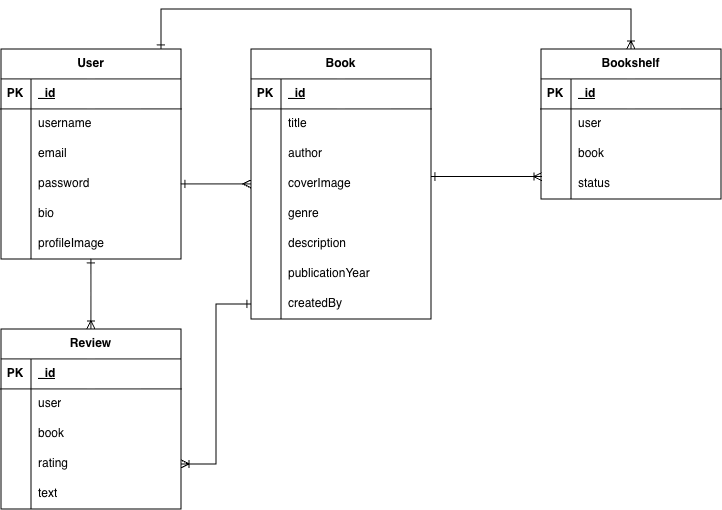
Before: docs/waraq-erd.png, a diagram exported from draw.io (fatema-maitham/waraq). Source tidied: cells renumbered, new cells last; positions are measured from the earlier drawing's top-left corner, leaving out a move shared by most shapes. Its diagram source:
```xml
<mxGraphModel>
  <root>
    <mxCell id="0" />
    <mxCell id="1" parent="0" />
    <mxCell id="2" style="edgeStyle=orthogonalEdgeStyle;rounded=0;jettySize=auto;html=1;entryX=0.5;entryY=0;entryDx=0;entryDy=0;startArrow=ERone;startFill=0;endArrow=ERoneToMany;endFill=0;" parent="1" edge="1" source="4" target="61">
      <mxGeometry relative="1" as="geometry" />
    </mxCell>
    <mxCell id="3" style="edgeStyle=orthogonalEdgeStyle;rounded=0;jettySize=auto;html=1;endArrow=ERoneToMany;endFill=0;startArrow=ERone;startFill=0;entryX=0.5;entryY=0;entryDx=0;entryDy=0;" parent="1" edge="1" source="4" target="48">
      <mxGeometry relative="1" as="geometry">
        <Array as="points">
          <mxPoint x="160" />
          <mxPoint x="630" />
        </Array>
      </mxGeometry>
    </mxCell>
    <mxCell id="4" value="&lt;span style=&quot;background-color: light-dark(#ffffff, var(--ge-dark-color, #121212));&quot;&gt;User&lt;/span&gt;" style="shape=table;startSize=30;rowLines=0;fontStyle=1;align=center;html=1;labelBackgroundColor=default;swimlaneFillColor=none;" parent="1" vertex="1">
      <mxGeometry y="40" width="180" height="210" as="geometry" />
    </mxCell>
    <mxCell id="5" style="shape=tableRow;horizontal=0;startSize=0;swimlaneHead=0;swimlaneBody=0;fillColor=none;top=0;left=0;right=0;bottom=1;" parent="4" vertex="1">
      <mxGeometry y="30" width="180" height="30" as="geometry" />
    </mxCell>
    <mxCell id="6" value="PK" style="shape=partialRectangle;fillColor=none;top=0;left=0;bottom=0;right=0;fontStyle=1;overflow=hidden;whiteSpace=wrap;html=1;" parent="5" vertex="1">
      <mxGeometry width="30" height="30" as="geometry" />
    </mxCell>
    <mxCell id="7" value="_id" style="shape=partialRectangle;fillColor=none;top=0;left=0;bottom=0;right=0;align=left;spacingLeft=6;fontStyle=5;overflow=hidden;whiteSpace=wrap;html=1;" parent="5" vertex="1">
      <mxGeometry x="30" width="150" height="30" as="geometry" />
    </mxCell>
    <mxCell id="8" style="shape=tableRow;horizontal=0;startSize=0;swimlaneHead=0;swimlaneBody=0;fillColor=none;top=0;left=0;right=0;bottom=0;" parent="4" vertex="1">
      <mxGeometry y="60" width="180" height="30" as="geometry" />
    </mxCell>
    <mxCell id="9" style="shape=partialRectangle;fillColor=none;top=0;left=0;bottom=0;right=0;overflow=hidden;whiteSpace=wrap;html=1;" parent="8" vertex="1">
      <mxGeometry width="30" height="30" as="geometry" />
    </mxCell>
    <mxCell id="10" value="&lt;div&gt;username&lt;/div&gt;" style="shape=partialRectangle;fillColor=none;top=0;left=0;bottom=0;right=0;align=left;spacingLeft=6;overflow=hidden;whiteSpace=wrap;html=1;" parent="8" vertex="1">
      <mxGeometry x="30" width="150" height="30" as="geometry" />
    </mxCell>
    <mxCell id="11" style="shape=tableRow;horizontal=0;startSize=0;swimlaneHead=0;swimlaneBody=0;fillColor=none;top=0;left=0;right=0;bottom=0;" parent="4" vertex="1">
      <mxGeometry y="90" width="180" height="30" as="geometry" />
    </mxCell>
    <mxCell id="12" style="shape=partialRectangle;fillColor=none;top=0;left=0;bottom=0;right=0;overflow=hidden;whiteSpace=wrap;html=1;" parent="11" vertex="1">
      <mxGeometry width="30" height="30" as="geometry" />
    </mxCell>
    <mxCell id="13" value="email" style="shape=partialRectangle;fillColor=none;top=0;left=0;bottom=0;right=0;align=left;spacingLeft=6;overflow=hidden;whiteSpace=wrap;html=1;" parent="11" vertex="1">
      <mxGeometry x="30" width="150" height="30" as="geometry" />
    </mxCell>
    <mxCell id="14" style="shape=tableRow;horizontal=0;startSize=0;swimlaneHead=0;swimlaneBody=0;fillColor=none;points=[[0,0.5],[1,0.5]];portConstraint=eastwest;top=0;left=0;right=0;bottom=0;" parent="4" vertex="1">
      <mxGeometry y="120" width="180" height="30" as="geometry" />
    </mxCell>
    <mxCell id="15" style="shape=partialRectangle;fillColor=none;top=0;left=0;bottom=0;right=0;overflow=hidden;whiteSpace=wrap;html=1;" parent="14" vertex="1">
      <mxGeometry width="30" height="30" as="geometry" />
    </mxCell>
    <mxCell id="16" value="password" style="shape=partialRectangle;fillColor=none;top=0;left=0;bottom=0;right=0;align=left;spacingLeft=6;overflow=hidden;whiteSpace=wrap;html=1;" parent="14" vertex="1">
      <mxGeometry x="30" width="150" height="30" as="geometry" />
    </mxCell>
    <mxCell id="17" style="shape=tableRow;horizontal=0;startSize=0;swimlaneHead=0;swimlaneBody=0;fillColor=none;top=0;left=0;right=0;bottom=0;" parent="4" vertex="1">
      <mxGeometry y="150" width="180" height="30" as="geometry" />
    </mxCell>
    <mxCell id="18" style="shape=partialRectangle;fillColor=none;top=0;left=0;bottom=0;right=0;overflow=hidden;whiteSpace=wrap;html=1;" parent="17" vertex="1">
      <mxGeometry width="30" height="30" as="geometry" />
    </mxCell>
    <mxCell id="19" value="bio" style="shape=partialRectangle;fillColor=none;top=0;left=0;bottom=0;right=0;align=left;spacingLeft=6;overflow=hidden;whiteSpace=wrap;html=1;" parent="17" vertex="1">
      <mxGeometry x="30" width="150" height="30" as="geometry" />
    </mxCell>
    <mxCell id="20" style="shape=tableRow;horizontal=0;startSize=0;swimlaneHead=0;swimlaneBody=0;fillColor=none;top=0;left=0;right=0;bottom=0;" parent="4" vertex="1">
      <mxGeometry y="180" width="180" height="30" as="geometry" />
    </mxCell>
    <mxCell id="21" style="shape=partialRectangle;fillColor=none;top=0;left=0;bottom=0;right=0;overflow=hidden;whiteSpace=wrap;html=1;" parent="20" vertex="1">
      <mxGeometry width="30" height="30" as="geometry" />
    </mxCell>
    <mxCell id="22" value="profileImage" style="shape=partialRectangle;fillColor=none;top=0;left=0;bottom=0;right=0;align=left;spacingLeft=6;overflow=hidden;whiteSpace=wrap;html=1;" parent="20" vertex="1">
      <mxGeometry x="30" width="150" height="30" as="geometry" />
    </mxCell>
    <mxCell id="23" value="Book" style="shape=table;startSize=30;rowLines=0;fontStyle=1;align=center;html=1;labelBackgroundColor=default;swimlaneFillColor=none;" parent="1" vertex="1">
      <mxGeometry x="250" y="40" width="180" height="270" as="geometry" />
    </mxCell>
    <mxCell id="24" style="shape=tableRow;horizontal=0;startSize=0;swimlaneHead=0;swimlaneBody=0;fillColor=none;top=0;left=0;right=0;bottom=1;" parent="23" vertex="1">
      <mxGeometry y="30" width="180" height="30" as="geometry" />
    </mxCell>
    <mxCell id="25" value="PK" style="shape=partialRectangle;fillColor=none;top=0;left=0;bottom=0;right=0;fontStyle=1;overflow=hidden;whiteSpace=wrap;html=1;" parent="24" vertex="1">
      <mxGeometry width="30" height="30" as="geometry" />
    </mxCell>
    <mxCell id="26" value="_id" style="shape=partialRectangle;fillColor=none;top=0;left=0;bottom=0;right=0;align=left;spacingLeft=6;fontStyle=5;overflow=hidden;whiteSpace=wrap;html=1;" parent="24" vertex="1">
      <mxGeometry x="30" width="150" height="30" as="geometry" />
    </mxCell>
    <mxCell id="27" style="shape=tableRow;horizontal=0;startSize=0;swimlaneHead=0;swimlaneBody=0;fillColor=none;top=0;left=0;right=0;bottom=0;" parent="23" vertex="1">
      <mxGeometry y="60" width="180" height="30" as="geometry" />
    </mxCell>
    <mxCell id="28" style="shape=partialRectangle;fillColor=none;top=0;left=0;bottom=0;right=0;overflow=hidden;whiteSpace=wrap;html=1;" parent="27" vertex="1">
      <mxGeometry width="30" height="30" as="geometry" />
    </mxCell>
    <mxCell id="29" value="title" style="shape=partialRectangle;fillColor=none;top=0;left=0;bottom=0;right=0;align=left;spacingLeft=6;overflow=hidden;whiteSpace=wrap;html=1;" parent="27" vertex="1">
      <mxGeometry x="30" width="150" height="30" as="geometry" />
    </mxCell>
    <mxCell id="30" style="shape=tableRow;horizontal=0;startSize=0;swimlaneHead=0;swimlaneBody=0;fillColor=none;top=0;left=0;right=0;bottom=0;" parent="23" vertex="1">
      <mxGeometry y="90" width="180" height="30" as="geometry" />
    </mxCell>
    <mxCell id="31" style="shape=partialRectangle;fillColor=none;top=0;left=0;bottom=0;right=0;overflow=hidden;whiteSpace=wrap;html=1;" parent="30" vertex="1">
      <mxGeometry width="30" height="30" as="geometry" />
    </mxCell>
    <mxCell id="32" value="author" style="shape=partialRectangle;fillColor=none;top=0;left=0;bottom=0;right=0;align=left;spacingLeft=6;overflow=hidden;whiteSpace=wrap;html=1;" parent="30" vertex="1">
      <mxGeometry x="30" width="150" height="30" as="geometry" />
    </mxCell>
    <mxCell id="33" style="shape=tableRow;horizontal=0;startSize=0;swimlaneHead=0;swimlaneBody=0;fillColor=none;top=0;left=0;right=0;bottom=0;" parent="23" vertex="1">
      <mxGeometry y="120" width="180" height="30" as="geometry" />
    </mxCell>
    <mxCell id="34" style="shape=partialRectangle;fillColor=none;top=0;left=0;bottom=0;right=0;overflow=hidden;whiteSpace=wrap;html=1;" parent="33" vertex="1">
      <mxGeometry width="30" height="30" as="geometry" />
    </mxCell>
    <mxCell id="35" value="coverImage" style="shape=partialRectangle;fillColor=none;top=0;left=0;bottom=0;right=0;align=left;spacingLeft=6;overflow=hidden;whiteSpace=wrap;html=1;" parent="33" vertex="1">
      <mxGeometry x="30" width="150" height="30" as="geometry" />
    </mxCell>
    <mxCell id="36" style="shape=tableRow;horizontal=0;startSize=0;swimlaneHead=0;swimlaneBody=0;fillColor=none;top=0;left=0;right=0;bottom=0;" parent="23" vertex="1">
      <mxGeometry y="150" width="180" height="30" as="geometry" />
    </mxCell>
    <mxCell id="37" style="shape=partialRectangle;fillColor=none;top=0;left=0;bottom=0;right=0;overflow=hidden;whiteSpace=wrap;html=1;" parent="36" vertex="1">
      <mxGeometry width="30" height="30" as="geometry" />
    </mxCell>
    <mxCell id="38" value="genre" style="shape=partialRectangle;fillColor=none;top=0;left=0;bottom=0;right=0;align=left;spacingLeft=6;overflow=hidden;whiteSpace=wrap;html=1;" parent="36" vertex="1">
      <mxGeometry x="30" width="150" height="30" as="geometry" />
    </mxCell>
    <mxCell id="39" style="shape=tableRow;horizontal=0;startSize=0;swimlaneHead=0;swimlaneBody=0;fillColor=none;top=0;left=0;right=0;bottom=0;" parent="23" vertex="1">
      <mxGeometry y="180" width="180" height="30" as="geometry" />
    </mxCell>
    <mxCell id="40" style="shape=partialRectangle;fillColor=none;top=0;left=0;bottom=0;right=0;overflow=hidden;whiteSpace=wrap;html=1;" parent="39" vertex="1">
      <mxGeometry width="30" height="30" as="geometry" />
    </mxCell>
    <mxCell id="41" value="description" style="shape=partialRectangle;fillColor=none;top=0;left=0;bottom=0;right=0;align=left;spacingLeft=6;overflow=hidden;whiteSpace=wrap;html=1;" parent="39" vertex="1">
      <mxGeometry x="30" width="150" height="30" as="geometry" />
    </mxCell>
    <mxCell id="42" style="shape=tableRow;horizontal=0;startSize=0;swimlaneHead=0;swimlaneBody=0;fillColor=none;top=0;left=0;right=0;bottom=0;" parent="23" vertex="1">
      <mxGeometry y="210" width="180" height="30" as="geometry" />
    </mxCell>
    <mxCell id="43" style="shape=partialRectangle;fillColor=none;top=0;left=0;bottom=0;right=0;overflow=hidden;whiteSpace=wrap;html=1;" parent="42" vertex="1">
      <mxGeometry width="30" height="30" as="geometry" />
    </mxCell>
    <mxCell id="44" value="publicationYear" style="shape=partialRectangle;fillColor=none;top=0;left=0;bottom=0;right=0;align=left;spacingLeft=6;overflow=hidden;whiteSpace=wrap;html=1;" parent="42" vertex="1">
      <mxGeometry x="30" width="150" height="30" as="geometry" />
    </mxCell>
    <mxCell id="45" style="shape=tableRow;horizontal=0;startSize=0;swimlaneHead=0;swimlaneBody=0;fillColor=none;points=[[0,0.5],[1,0.5]];portConstraint=eastwest;top=0;left=0;right=0;bottom=0;" parent="23" vertex="1">
      <mxGeometry y="240" width="180" height="30" as="geometry" />
    </mxCell>
    <mxCell id="46" style="shape=partialRectangle;fillColor=none;top=0;left=0;bottom=0;right=0;overflow=hidden;whiteSpace=wrap;html=1;" parent="45" vertex="1">
      <mxGeometry width="30" height="30" as="geometry" />
    </mxCell>
    <mxCell id="47" value="createdBy" style="shape=partialRectangle;fillColor=none;top=0;left=0;bottom=0;right=0;align=left;spacingLeft=6;overflow=hidden;whiteSpace=wrap;html=1;" parent="45" vertex="1">
      <mxGeometry x="30" width="150" height="30" as="geometry" />
    </mxCell>
    <mxCell id="48" value="Bookshelf" style="shape=table;startSize=30;rowLines=0;fontStyle=1;align=center;html=1;labelBackgroundColor=default;swimlaneFillColor=none;" parent="1" vertex="1">
      <mxGeometry x="540" y="40" width="180" height="150" as="geometry" />
    </mxCell>
    <mxCell id="49" style="shape=tableRow;horizontal=0;startSize=0;swimlaneHead=0;swimlaneBody=0;fillColor=none;top=0;left=0;right=0;bottom=1;" parent="48" vertex="1">
      <mxGeometry y="30" width="180" height="30" as="geometry" />
    </mxCell>
    <mxCell id="50" value="PK" style="shape=partialRectangle;fillColor=none;top=0;left=0;bottom=0;right=0;fontStyle=1;overflow=hidden;whiteSpace=wrap;html=1;" parent="49" vertex="1">
      <mxGeometry width="30" height="30" as="geometry" />
    </mxCell>
    <mxCell id="51" value="_id" style="shape=partialRectangle;fillColor=none;top=0;left=0;bottom=0;right=0;align=left;spacingLeft=6;fontStyle=5;overflow=hidden;whiteSpace=wrap;html=1;" parent="49" vertex="1">
      <mxGeometry x="30" width="150" height="30" as="geometry" />
    </mxCell>
    <mxCell id="52" style="shape=tableRow;horizontal=0;startSize=0;swimlaneHead=0;swimlaneBody=0;fillColor=none;top=0;left=0;right=0;bottom=0;" parent="48" vertex="1">
      <mxGeometry y="60" width="180" height="30" as="geometry" />
    </mxCell>
    <mxCell id="53" style="shape=partialRectangle;fillColor=none;top=0;left=0;bottom=0;right=0;overflow=hidden;whiteSpace=wrap;html=1;" parent="52" vertex="1">
      <mxGeometry width="30" height="30" as="geometry" />
    </mxCell>
    <mxCell id="54" value="user" style="shape=partialRectangle;fillColor=none;top=0;left=0;bottom=0;right=0;align=left;spacingLeft=6;overflow=hidden;whiteSpace=wrap;html=1;" parent="52" vertex="1">
      <mxGeometry x="30" width="150" height="30" as="geometry" />
    </mxCell>
    <mxCell id="55" style="shape=tableRow;horizontal=0;startSize=0;swimlaneHead=0;swimlaneBody=0;fillColor=none;top=0;left=0;right=0;bottom=0;" parent="48" vertex="1">
      <mxGeometry y="90" width="180" height="30" as="geometry" />
    </mxCell>
    <mxCell id="56" style="shape=partialRectangle;fillColor=none;top=0;left=0;bottom=0;right=0;overflow=hidden;whiteSpace=wrap;html=1;" parent="55" vertex="1">
      <mxGeometry width="30" height="30" as="geometry" />
    </mxCell>
    <mxCell id="57" value="book" style="shape=partialRectangle;fillColor=none;top=0;left=0;bottom=0;right=0;align=left;spacingLeft=6;overflow=hidden;whiteSpace=wrap;html=1;" parent="55" vertex="1">
      <mxGeometry x="30" width="150" height="30" as="geometry" />
    </mxCell>
    <mxCell id="58" style="shape=tableRow;horizontal=0;startSize=0;swimlaneHead=0;swimlaneBody=0;fillColor=none;points=[[0,0.5],[1,0.5]];portConstraint=eastwest;top=0;left=0;right=0;bottom=0;" parent="48" vertex="1">
      <mxGeometry y="120" width="180" height="30" as="geometry" />
    </mxCell>
    <mxCell id="59" style="shape=partialRectangle;fillColor=none;top=0;left=0;bottom=0;right=0;overflow=hidden;whiteSpace=wrap;html=1;" parent="58" vertex="1">
      <mxGeometry width="30" height="30" as="geometry" />
    </mxCell>
    <mxCell id="60" value="status" style="shape=partialRectangle;fillColor=none;top=0;left=0;bottom=0;right=0;align=left;spacingLeft=6;overflow=hidden;whiteSpace=wrap;html=1;" parent="58" vertex="1">
      <mxGeometry x="30" width="150" height="30" as="geometry" />
    </mxCell>
    <mxCell id="61" value="Review" style="shape=table;startSize=30;rowLines=0;fontStyle=1;align=center;html=1;labelBackgroundColor=default;swimlaneFillColor=none;" parent="1" vertex="1">
      <mxGeometry y="320" width="180" height="180" as="geometry" />
    </mxCell>
    <mxCell id="62" style="shape=tableRow;horizontal=0;startSize=0;swimlaneHead=0;swimlaneBody=0;fillColor=none;top=0;left=0;right=0;bottom=1;" parent="61" vertex="1">
      <mxGeometry y="30" width="180" height="30" as="geometry" />
    </mxCell>
    <mxCell id="63" value="PK" style="shape=partialRectangle;fillColor=none;top=0;left=0;bottom=0;right=0;fontStyle=1;overflow=hidden;whiteSpace=wrap;html=1;" parent="62" vertex="1">
      <mxGeometry width="30" height="30" as="geometry" />
    </mxCell>
    <mxCell id="64" value="_id" style="shape=partialRectangle;fillColor=none;top=0;left=0;bottom=0;right=0;align=left;spacingLeft=6;fontStyle=5;overflow=hidden;whiteSpace=wrap;html=1;" parent="62" vertex="1">
      <mxGeometry x="30" width="150" height="30" as="geometry" />
    </mxCell>
    <mxCell id="65" style="shape=tableRow;horizontal=0;startSize=0;swimlaneHead=0;swimlaneBody=0;fillColor=none;top=0;left=0;right=0;bottom=0;" parent="61" vertex="1">
      <mxGeometry y="60" width="180" height="30" as="geometry" />
    </mxCell>
    <mxCell id="66" style="shape=partialRectangle;fillColor=none;top=0;left=0;bottom=0;right=0;overflow=hidden;whiteSpace=wrap;html=1;" parent="65" vertex="1">
      <mxGeometry width="30" height="30" as="geometry" />
    </mxCell>
    <mxCell id="67" value="user" style="shape=partialRectangle;fillColor=none;top=0;left=0;bottom=0;right=0;align=left;spacingLeft=6;overflow=hidden;whiteSpace=wrap;html=1;" parent="65" vertex="1">
      <mxGeometry x="30" width="150" height="30" as="geometry" />
    </mxCell>
    <mxCell id="68" style="shape=tableRow;horizontal=0;startSize=0;swimlaneHead=0;swimlaneBody=0;fillColor=none;top=0;left=0;right=0;bottom=0;" parent="61" vertex="1">
      <mxGeometry y="90" width="180" height="30" as="geometry" />
    </mxCell>
    <mxCell id="69" style="shape=partialRectangle;fillColor=none;top=0;left=0;bottom=0;right=0;overflow=hidden;whiteSpace=wrap;html=1;" parent="68" vertex="1">
      <mxGeometry width="30" height="30" as="geometry" />
    </mxCell>
    <mxCell id="70" value="book" style="shape=partialRectangle;fillColor=none;top=0;left=0;bottom=0;right=0;align=left;spacingLeft=6;overflow=hidden;whiteSpace=wrap;html=1;" parent="68" vertex="1">
      <mxGeometry x="30" width="150" height="30" as="geometry" />
    </mxCell>
    <mxCell id="71" style="shape=tableRow;horizontal=0;startSize=0;swimlaneHead=0;swimlaneBody=0;fillColor=none;points=[[0,0.5],[1,0.5]];portConstraint=eastwest;top=0;left=0;right=0;bottom=0;" parent="61" vertex="1">
      <mxGeometry y="120" width="180" height="30" as="geometry" />
    </mxCell>
    <mxCell id="72" style="shape=partialRectangle;fillColor=none;top=0;left=0;bottom=0;right=0;overflow=hidden;whiteSpace=wrap;html=1;" parent="71" vertex="1">
      <mxGeometry width="30" height="30" as="geometry" />
    </mxCell>
    <mxCell id="73" value="rating" style="shape=partialRectangle;fillColor=none;top=0;left=0;bottom=0;right=0;align=left;spacingLeft=6;overflow=hidden;whiteSpace=wrap;html=1;" parent="71" vertex="1">
      <mxGeometry x="30" width="150" height="30" as="geometry" />
    </mxCell>
    <mxCell id="74" style="shape=tableRow;horizontal=0;startSize=0;swimlaneHead=0;swimlaneBody=0;fillColor=none;top=0;left=0;right=0;bottom=0;" parent="61" vertex="1">
      <mxGeometry y="150" width="180" height="30" as="geometry" />
    </mxCell>
    <mxCell id="75" style="shape=partialRectangle;fillColor=none;top=0;left=0;bottom=0;right=0;overflow=hidden;whiteSpace=wrap;html=1;" parent="74" vertex="1">
      <mxGeometry width="30" height="30" as="geometry" />
    </mxCell>
    <mxCell id="76" value="text" style="shape=partialRectangle;fillColor=none;top=0;left=0;bottom=0;right=0;align=left;spacingLeft=6;overflow=hidden;whiteSpace=wrap;html=1;" parent="74" vertex="1">
      <mxGeometry x="30" width="150" height="30" as="geometry" />
    </mxCell>
    <mxCell id="77" style="edgeStyle=orthogonalEdgeStyle;rounded=0;jettySize=auto;html=1;endArrow=ERmany;endFill=0;startArrow=ERone;startFill=0;" parent="1" edge="1" source="14">
      <mxGeometry relative="1" as="geometry">
        <mxPoint x="250" y="175" as="targetPoint" />
      </mxGeometry>
    </mxCell>
    <mxCell id="78" style="edgeStyle=orthogonalEdgeStyle;rounded=0;jettySize=auto;html=1;exitX=0;exitY=0.5;exitDx=0;exitDy=0;entryX=1;entryY=0.5;entryDx=0;entryDy=0;startArrow=ERone;startFill=0;endArrow=ERoneToMany;endFill=0;" parent="1" edge="1" source="45" target="71">
      <mxGeometry relative="1" as="geometry" />
    </mxCell>
    <mxCell id="79" style="edgeStyle=orthogonalEdgeStyle;rounded=0;jettySize=auto;html=1;entryX=0.006;entryY=0.257;entryDx=0;entryDy=0;entryPerimeter=0;startArrow=ERone;startFill=0;endArrow=ERoneToMany;endFill=0;" parent="1" edge="1" source="23" target="58">
      <mxGeometry relative="1" as="geometry">
        <Array as="points">
          <mxPoint x="460" y="167.7" />
          <mxPoint x="460" y="167.7" />
        </Array>
      </mxGeometry>
    </mxCell>
  </root>
</mxGraphModel>
```
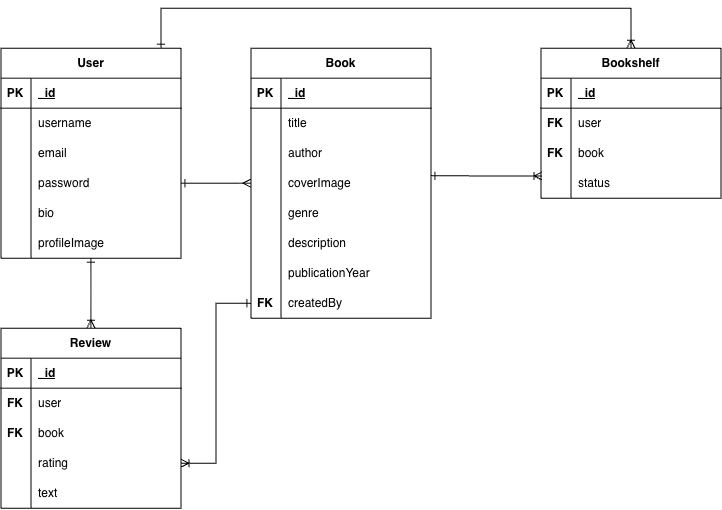
Above is the later version.

Commit message:
add fk word in erd

Change to the diagram source:
```diff
@@ -145,7 +145,7 @@
     <mxCell id="47" value="createdBy" style="shape=partialRectangle;fillColor=none;top=0;left=0;bottom=0;right=0;align=left;spacingLeft=6;overflow=hidden;whiteSpace=wrap;html=1;" parent="45" vertex="1">
       <mxGeometry x="30" width="150" height="30" as="geometry" />
     </mxCell>
-    <mxCell id="48" value="Bookshelf" style="shape=table;startSize=30;rowLines=0;fontStyle=1;align=center;html=1;labelBackgroundColor=default;swimlaneFillColor=none;" parent="1" vertex="1">
+    <mxCell id="48" value="Bookshelf" style="shape=table;startSize=30;rowLines=0;fontStyle=1;align=center;html=1;labelBackgroundColor=default;swimlaneFillColor=none;fillColor=default;strokeColor=default;gradientColor=none;" parent="1" vertex="1">
       <mxGeometry x="540" y="40" width="180" height="150" as="geometry" />
     </mxCell>
     <mxCell id="49" style="shape=tableRow;horizontal=0;startSize=0;swimlaneHead=0;swimlaneBody=0;fillColor=none;top=0;left=0;right=0;bottom=1;" parent="48" vertex="1">
@@ -248,5 +248,20 @@
         </Array>
       </mxGeometry>
     </mxCell>
+    <mxCell id="80" value="FK" style="shape=partialRectangle;fillColor=none;top=0;left=0;bottom=0;right=0;fontStyle=1;overflow=hidden;whiteSpace=wrap;html=1;" parent="1" vertex="1">
+      <mxGeometry x="250" y="280" width="30" height="30" as="geometry" />
+    </mxCell>
+    <mxCell id="81" value="FK" style="shape=partialRectangle;fillColor=none;top=0;left=0;bottom=0;right=0;fontStyle=1;overflow=hidden;whiteSpace=wrap;html=1;" parent="1" vertex="1">
+      <mxGeometry y="380" width="30" height="30" as="geometry" />
+    </mxCell>
+    <mxCell id="82" value="FK" style="shape=partialRectangle;fillColor=none;top=0;left=0;bottom=0;right=0;fontStyle=1;overflow=hidden;whiteSpace=wrap;html=1;" parent="1" vertex="1">
+      <mxGeometry y="410" width="30" height="30" as="geometry" />
+    </mxCell>
+    <mxCell id="83" value="FK" style="shape=partialRectangle;fillColor=none;top=0;left=0;bottom=0;right=0;fontStyle=1;overflow=hidden;whiteSpace=wrap;html=1;" parent="1" vertex="1">
+      <mxGeometry x="540" y="100" width="30" height="30" as="geometry" />
+    </mxCell>
+    <mxCell id="84" value="FK" style="shape=partialRectangle;fillColor=none;top=0;left=0;bottom=0;right=0;fontStyle=1;overflow=hidden;whiteSpace=wrap;html=1;" parent="1" vertex="1">
+      <mxGeometry x="540" y="130" width="30" height="30" as="geometry" />
+    </mxCell>
   </root>
 </mxGraphModel>
```
